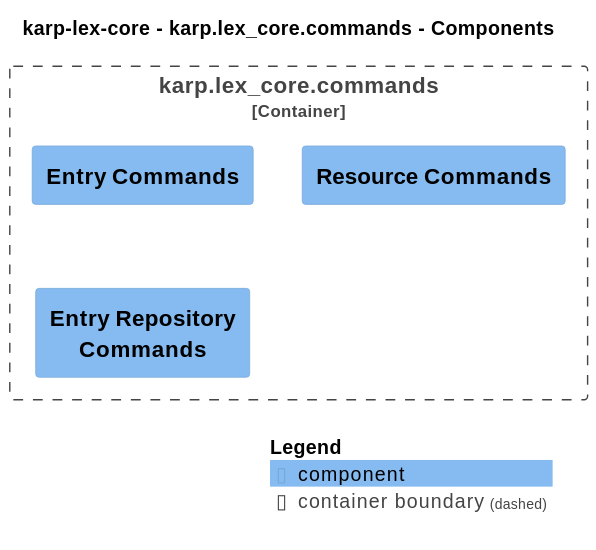
The PlantUML diagram docs/karp-backend/docs/system-overview/svg/Component-002-Component-002.svg in spraakbanken/karp-backend, before a commit. Its source is kept beside it as docs/karp-backend/docs/system-overview/puml/Component-002-Component-002.puml. Its diagram source:
```plantuml
@startuml
set separator none
title karp-lex-core - karp.lex_core.commands - Components

top to bottom direction

!include <C4/C4>
!include <C4/C4_Context>
!include <C4/C4_Component>

skinparam svgDimensionStyle false
skinparam preserveAspectRatio meet
Container_Boundary("karplexcore.karplex_corecommands_boundary", "karp.lex_core.commands", $tags="") {
  Component(karplexcore.karplex_corecommands.EntryCommands, "Entry Commands", $techn="", $descr="", $tags="", $link="")
  Component(karplexcore.karplex_corecommands.ResourceCommands, "Resource Commands", $techn="", $descr="", $tags="", $link="")
  Component(karplexcore.karplex_corecommands.EntryRepositoryCommands, "Entry Repository Commands", $techn="", $descr="", $tags="", $link="")
}


SHOW_LEGEND(true)
@enduml
```
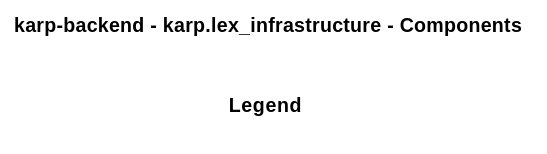
Above is the later version.

Diff of the diagram source:
```diff
@@ -1,21 +1,14 @@
 @startuml
 set separator none
-title karp-lex-core - karp.lex_core.commands - Components
+title karp-backend - karp.lex_infrastructure - Components
 
 top to bottom direction
 
 !include <C4/C4>
 !include <C4/C4_Context>
-!include <C4/C4_Component>
 
 skinparam svgDimensionStyle false
 skinparam preserveAspectRatio meet
-Container_Boundary("karplexcore.karplex_corecommands_boundary", "karp.lex_core.commands", $tags="") {
-  Component(karplexcore.karplex_corecommands.EntryCommands, "Entry Commands", $techn="", $descr="", $tags="", $link="")
-  Component(karplexcore.karplex_corecommands.ResourceCommands, "Resource Commands", $techn="", $descr="", $tags="", $link="")
-  Component(karplexcore.karplex_corecommands.EntryRepositoryCommands, "Entry Repository Commands", $techn="", $descr="", $tags="", $link="")
-}
-
 
 SHOW_LEGEND(true)
 @enduml
```
